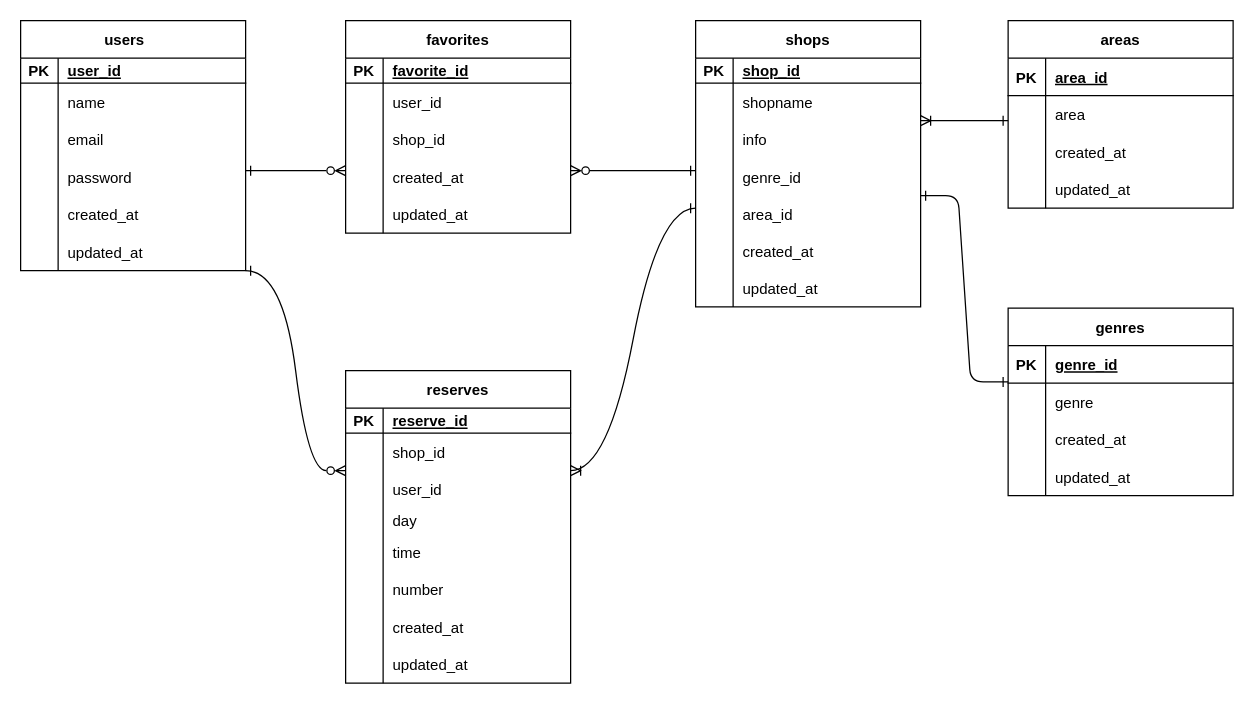
Before: a.drawio in yanagidachiaki/shop, a draw.io diagram. Source tidied: cells renumbered, new cells numbered last; positions are measured from the earlier drawing's top-left corner, leaving out a move shared by most shapes. Both pictures are drawn from the tidied source at 125%, with x=0, y=0 at pixel (20, 20).
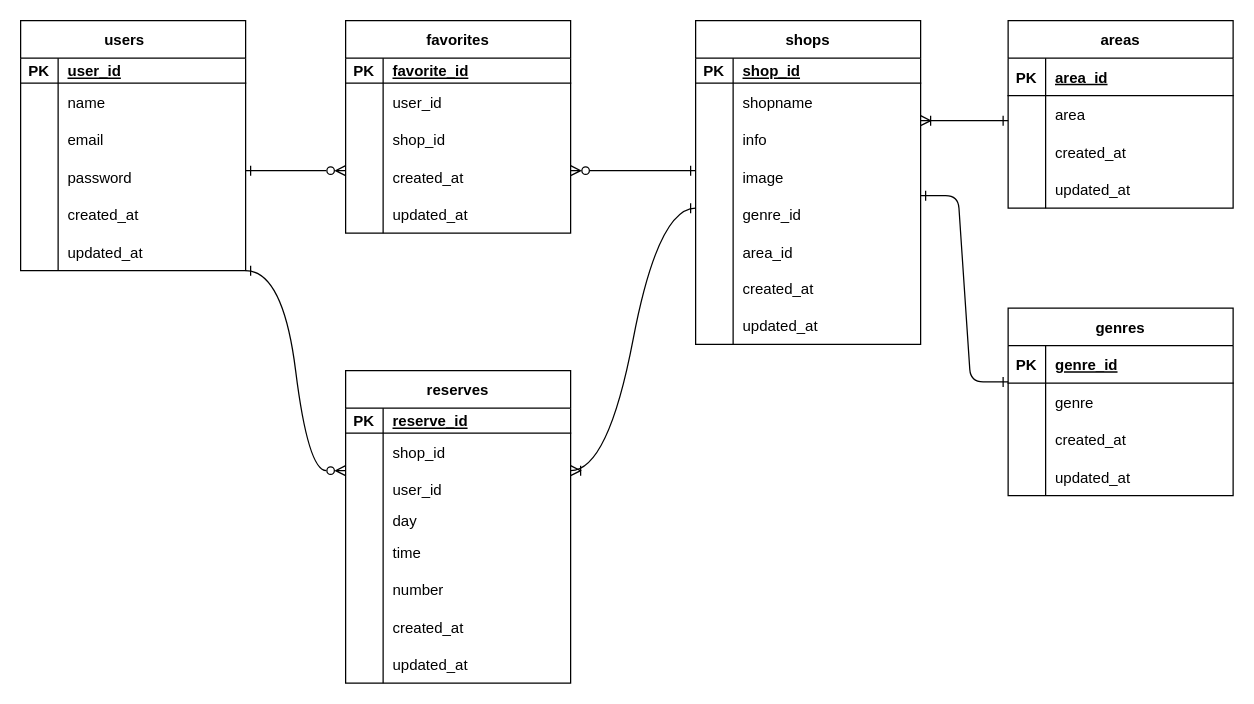
After the change.

Change to the diagram source:
```diff
@@
     <mxCell id="37" value="shops" style="shape=table;startSize=30;childLayout=tableLayout;rowLines=0;fontStyle=1;align=center;" parent="1" vertex="1">
-      <mxGeometry x="540" width="180" height="229" as="geometry" />
+      <mxGeometry x="540" width="180" height="259" as="geometry" />
     </mxCell>
@@
+    <mxCell id="116" style="shape=tableRow;horizontal=0;startSize=0;swimlaneHead=0;swimlaneBody=0;fillColor=none;top=0;left=0;right=0;bottom=0;" parent="37" vertex="1">
+      <mxGeometry y="110" width="180" height="30" as="geometry" />
+    </mxCell>
+    <mxCell id="117" style="shape=partialRectangle;fillColor=none;top=0;left=0;bottom=0;right=0;overflow=hidden;" parent="116" vertex="1">
+      <mxGeometry width="30" height="30" as="geometry" />
+    </mxCell>
+    <mxCell id="118" value="image" style="shape=partialRectangle;fillColor=none;top=0;left=0;bottom=0;right=0;align=left;spacingLeft=6;overflow=hidden;" parent="116" vertex="1">
+      <mxGeometry x="30" width="150" height="30" as="geometry" />
+    </mxCell>
     <mxCell id="47" style="shape=tableRow;horizontal=0;startSize=0;swimlaneHead=0;swimlaneBody=0;fillColor=none;top=0;left=0;right=0;bottom=0;" parent="37" vertex="1">
-      <mxGeometry y="110" width="180" height="30" as="geometry" />
+      <mxGeometry y="140" width="180" height="30" as="geometry" />
     </mxCell>
@@
     <mxCell id="50" style="shape=tableRow;horizontal=0;startSize=0;swimlaneHead=0;swimlaneBody=0;fillColor=none;top=0;left=0;right=0;bottom=0;" parent="37" vertex="1">
-      <mxGeometry y="140" width="180" height="30" as="geometry" />
+      <mxGeometry y="170" width="180" height="30" as="geometry" />
     </mxCell>
@@
     <mxCell id="53" style="shape=tableRow;horizontal=0;startSize=0;swimlaneHead=0;swimlaneBody=0;fillColor=none;top=0;left=0;right=0;bottom=0;" parent="37" vertex="1">
-      <mxGeometry y="170" width="180" height="29" as="geometry" />
+      <mxGeometry y="200" width="180" height="29" as="geometry" />
     </mxCell>
@@
     <mxCell id="56" style="shape=tableRow;horizontal=0;startSize=0;swimlaneHead=0;swimlaneBody=0;fillColor=none;top=0;left=0;right=0;bottom=0;" parent="37" vertex="1">
-      <mxGeometry y="199" width="180" height="30" as="geometry" />
+      <mxGeometry y="229" width="180" height="30" as="geometry" />
     </mxCell>
```
